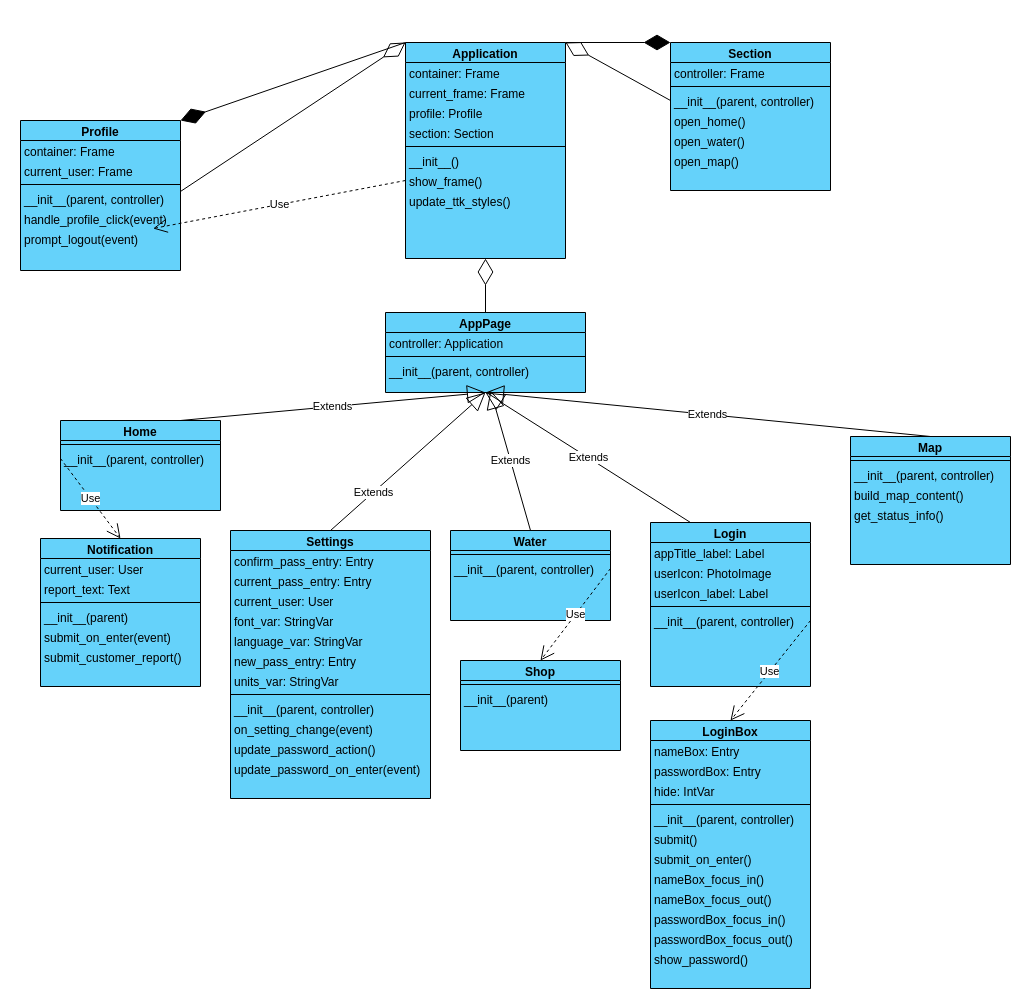
Before: Team HYDR-8 (Frontend UML Class Diagram).drawio.drawio in team-hydr8/class_diagrams, a draw.io diagram. Source tidied: cells renumbered, new cells numbered last; positions are measured from the earlier drawing's top-left corner, leaving out a move shared by most shapes. Both pictures are drawn from the tidied source at 100%, with x=0, y=0 at pixel (20, 42).
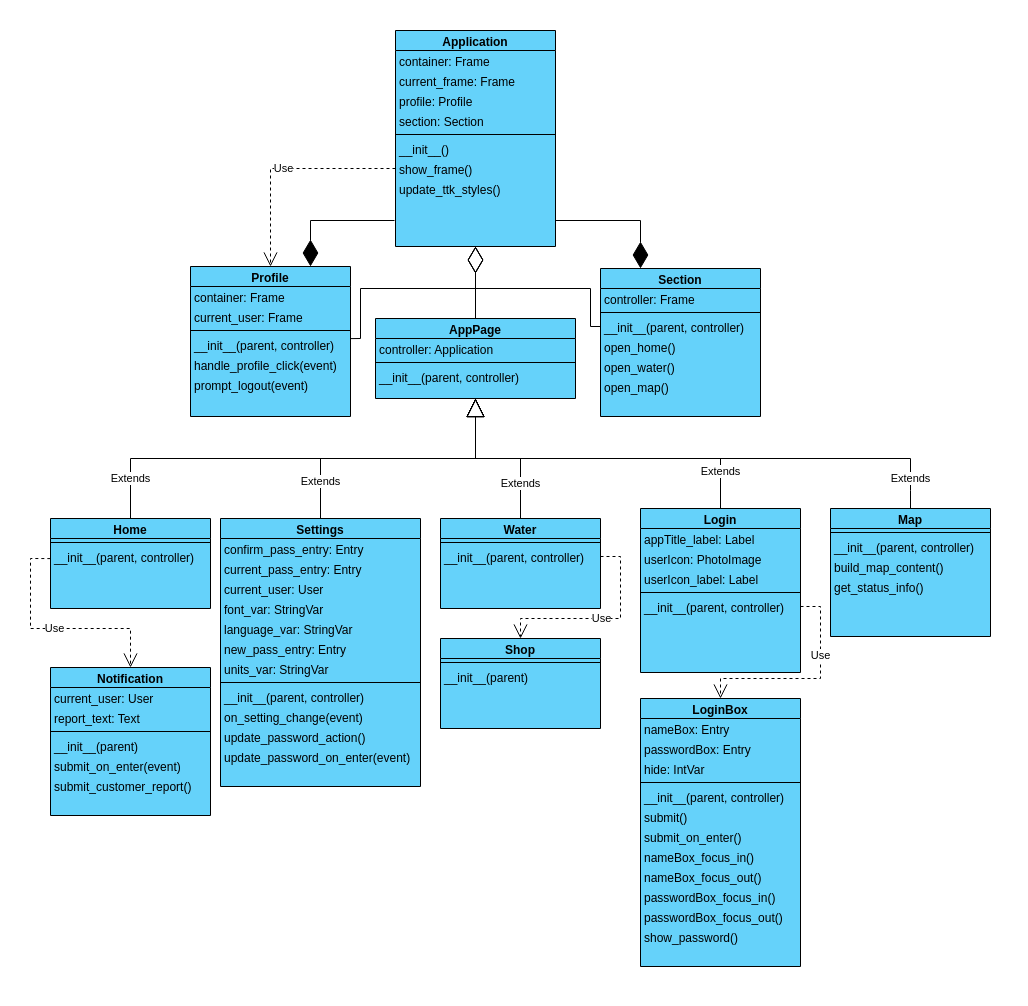
The same diagram, later.

Unchanged cells that the change refers to:
```xml
<mxCell id="9" value="show_frame()" style="text;align=left;verticalAlign=top;spacingLeft=4;spacingRight=4;overflow=hidden;points=[[0,0.5],[1,0.5]];portConstraint=eastwest;fillColor=none;spacing=0;" parent="2" vertex="1">
  <mxGeometry y="128" width="160" height="20" as="geometry" />
</mxCell>
<mxCell id="15" value="__init__(parent, controller)" style="text;align=left;verticalAlign=top;spacingLeft=4;spacingRight=4;overflow=hidden;points=[[0,0.5],[1,0.5]];portConstraint=eastwest;fillColor=none;spacing=0;" parent="11" vertex="1">
  <mxGeometry y="68" width="160" height="20" as="geometry" />
</mxCell>
<mxCell id="17" value="prompt_logout(event)" style="text;align=left;verticalAlign=top;spacingLeft=4;spacingRight=4;overflow=hidden;points=[[0,0.5],[1,0.5]];portConstraint=eastwest;fillColor=none;spacing=0;" parent="11" vertex="1">
  <mxGeometry y="108" width="160" height="20" as="geometry" />
</mxCell>
<mxCell id="21" value="__init__(parent, controller)" style="text;align=left;verticalAlign=top;spacingLeft=4;spacingRight=4;overflow=hidden;points=[[0,0.5],[1,0.5]];portConstraint=eastwest;fillColor=none;spacing=0;" parent="18" vertex="1">
  <mxGeometry y="48" width="160" height="20" as="geometry" />
</mxCell>
<mxCell id="27" value="__init__(parent, controller)" style="text;align=left;verticalAlign=top;spacingLeft=4;spacingRight=4;overflow=hidden;points=[[0,0.5],[1,0.5]];portConstraint=eastwest;fillColor=none;spacing=0;" parent="25" vertex="1">
  <mxGeometry y="28" width="160" height="20" as="geometry" />
</mxCell>
<mxCell id="30" value="__init__(parent, controller)" style="text;align=left;verticalAlign=top;spacingLeft=4;spacingRight=4;overflow=hidden;points=[[0,0.5],[1,0.5]];portConstraint=eastwest;fillColor=none;spacing=0;" parent="28" vertex="1">
  <mxGeometry y="28" width="160" height="20" as="geometry" />
</mxCell>
<mxCell id="43" value="__init__(parent, controller)" style="text;align=left;verticalAlign=top;spacingLeft=4;spacingRight=4;overflow=hidden;points=[[0,0.5],[1,0.5]];portConstraint=eastwest;fillColor=none;spacing=0;" parent="38" vertex="1">
  <mxGeometry y="88" width="160" height="20" as="geometry" />
</mxCell>
```

The edit, as a diff of the source:
```diff
@@
     <mxCell id="2" value="Application" style="swimlane;fontStyle=1;align=center;verticalAlign=top;horizontal=1;startSize=20;rounded=0;shadow=0;strokeWidth=1;labelBackgroundColor=none;fillColor=#65D2FA;swimlaneLine=1;swimlaneFillColor=#65D2FA;spacing=0;" parent="1" vertex="1">
-      <mxGeometry x="385" width="160" height="216" as="geometry" />
+      <mxGeometry x="375" y="-12" width="160" height="216" as="geometry" />
     </mxCell>
@@
     <mxCell id="11" value="Profile" style="swimlane;fontStyle=1;align=center;verticalAlign=top;horizontal=1;startSize=20;rounded=0;shadow=0;strokeWidth=1;fillColor=#65D2FA;swimlaneFillColor=#65D2FA;spacing=0;" parent="1" vertex="1">
-      <mxGeometry y="78" width="160" height="150" as="geometry" />
+      <mxGeometry x="170" y="224" width="160" height="150" as="geometry" />
     </mxCell>
@@
     <mxCell id="18" value="Section" style="swimlane;fontStyle=1;align=center;verticalAlign=top;horizontal=1;startSize=20;rounded=0;shadow=0;strokeWidth=1;fillColor=#65D2FA;swimlaneFillColor=#65D2FA;spacing=0;" parent="1" vertex="1">
-      <mxGeometry x="650" width="160" height="148" as="geometry" />
+      <mxGeometry x="580" y="226" width="160" height="148" as="geometry" />
     </mxCell>
@@
     <mxCell id="25" value="Water" style="swimlane;fontStyle=1;align=center;verticalAlign=top;horizontal=1;startSize=20;rounded=0;shadow=0;strokeWidth=1;fillColor=#65D2FA;swimlaneFillColor=#65D2FA;spacing=0;" parent="1" vertex="1">
-      <mxGeometry x="430" y="488" width="160" height="90" as="geometry" />
+      <mxGeometry x="420" y="476" width="160" height="90" as="geometry" />
     </mxCell>
@@
     <mxCell id="28" value="Home" style="swimlane;fontStyle=1;align=center;verticalAlign=top;horizontal=1;startSize=20;rounded=0;shadow=0;strokeWidth=1;fillColor=#65D2FA;swimlaneFillColor=#65D2FA;spacing=0;" parent="1" vertex="1">
-      <mxGeometry x="40" y="378" width="160" height="90" as="geometry" />
+      <mxGeometry x="30" y="476" width="160" height="90" as="geometry" />
     </mxCell>
@@
     <mxCell id="31" value="Notification" style="swimlane;fontStyle=1;align=center;verticalAlign=top;horizontal=1;startSize=20;rounded=0;shadow=0;strokeWidth=1;fillColor=#65D2FA;swimlaneFillColor=#65D2FA;spacing=0;" parent="1" vertex="1">
-      <mxGeometry x="20" y="496" width="160" height="148" as="geometry" />
+      <mxGeometry x="30" y="625" width="160" height="148" as="geometry" />
     </mxCell>
@@
     <mxCell id="38" value="Login" style="swimlane;fontStyle=1;align=center;verticalAlign=top;horizontal=1;startSize=20;rounded=0;shadow=0;strokeWidth=1;fillColor=#65D2FA;swimlaneFillColor=#65D2FA;spacing=0;" parent="1" vertex="1">
-      <mxGeometry x="630" y="480" width="160" height="164" as="geometry" />
+      <mxGeometry x="620" y="466" width="160" height="164" as="geometry" />
     </mxCell>
@@
     <mxCell id="44" value="LoginBox" style="swimlane;fontStyle=1;align=center;verticalAlign=top;horizontal=1;startSize=20;rounded=0;shadow=0;strokeWidth=1;fillColor=#65D2FA;swimlaneFillColor=#65D2FA;spacing=0;" parent="1" vertex="1">
-      <mxGeometry x="630" y="678" width="160" height="268" as="geometry" />
+      <mxGeometry x="620" y="656" width="160" height="268" as="geometry" />
     </mxCell>
@@
     <mxCell id="57" value="Map" style="swimlane;fontStyle=1;align=center;verticalAlign=top;horizontal=1;startSize=20;rounded=0;shadow=0;strokeWidth=1;fillColor=#65D2FA;swimlaneFillColor=#65D2FA;spacing=0;" parent="1" vertex="1">
-      <mxGeometry x="830" y="394" width="160" height="128" as="geometry" />
+      <mxGeometry x="810" y="466" width="160" height="128" as="geometry" />
     </mxCell>
@@
     <mxCell id="62" value="Settings" style="swimlane;fontStyle=1;align=center;verticalAlign=top;horizontal=1;startSize=20;rounded=0;shadow=0;strokeWidth=1;fillColor=#65D2FA;swimlaneFillColor=#65D2FA;spacing=0;" parent="1" vertex="1">
-      <mxGeometry x="210" y="488" width="200" height="268" as="geometry" />
+      <mxGeometry x="200" y="476" width="200" height="268" as="geometry" />
     </mxCell>
@@
-    <mxCell id="75" style="endArrow=diamondThin;endFill=0;endSize=24;html=1;rounded=0;entryX=1;entryY=0;entryDx=0;entryDy=0;exitX=0;exitY=0.5;exitDx=0;exitDy=0;" parent="1" edge="1" source="21" target="2">
-      <mxGeometry relative="1" as="geometry" />
+    <mxCell id="75" style="endArrow=diamondThin;endFill=0;endSize=24;html=1;rounded=0;entryX=0.5;entryY=1;entryDx=0;entryDy=0;exitX=0;exitY=0.5;exitDx=0;exitDy=0;" parent="1" edge="1" source="21" target="2">
+      <mxGeometry relative="1" as="geometry">
+        <Array as="points">
+          <mxPoint x="570" y="284" />
+          <mxPoint x="570" y="246" />
+          <mxPoint x="455" y="246" />
+        </Array>
+      </mxGeometry>
     </mxCell>
-    <mxCell id="76" style="endArrow=diamondThin;endFill=0;endSize=24;html=1;rounded=0;entryX=0;entryY=0;entryDx=0;entryDy=0;exitX=0.999;exitY=0.154;exitDx=0;exitDy=0;exitPerimeter=0;" parent="1" edge="1" source="15" target="2">
-      <mxGeometry relative="1" as="geometry" />
+    <mxCell id="76" style="endArrow=diamondThin;endFill=0;endSize=24;html=1;rounded=0;exitX=0.999;exitY=0.206;exitDx=0;exitDy=0;exitPerimeter=0;entryX=0.5;entryY=1;entryDx=0;entryDy=0;" parent="1" edge="1" source="15" target="2">
+      <mxGeometry relative="1" as="geometry">
+        <Array as="points">
+          <mxPoint x="340" y="296" />
+          <mxPoint x="340" y="246" />
+          <mxPoint x="455" y="246" />
+        </Array>
+      </mxGeometry>
     </mxCell>
     <mxCell id="77" value="AppPage" style="swimlane;fontStyle=1;align=center;verticalAlign=top;horizontal=1;startSize=20;rounded=0;shadow=0;strokeWidth=1;fillColor=#65D2FA;swimlaneFillColor=#65D2FA;spacing=0;" parent="1" vertex="1">
-      <mxGeometry x="365" y="270" width="200" height="80" as="geometry" />
+      <mxGeometry x="355" y="276" width="200" height="80" as="geometry" />
     </mxCell>
@@
-    <mxCell id="82" value="Use" style="endArrow=open;endSize=12;dashed=1;html=1;rounded=0;exitX=0;exitY=0.5;exitDx=0;exitDy=0;" parent="1" edge="1" source="9" target="17">
-      <mxGeometry relative="1" as="geometry" />
+    <mxCell id="82" value="Use" style="endArrow=open;endSize=12;dashed=1;html=1;rounded=0;entryX=0.5;entryY=0;entryDx=0;entryDy=0;exitX=0;exitY=0.5;exitDx=0;exitDy=0;" parent="1" edge="1" source="9" target="11">
+      <mxGeometry relative="1" as="geometry">
+        <Array as="points">
+          <mxPoint x="250" y="126" />
+        </Array>
+      </mxGeometry>
     </mxCell>
     <mxCell id="83" value="Extends" style="endArrow=block;endSize=16;endFill=0;html=1;rounded=0;exitX=0.5;exitY=0;exitDx=0;exitDy=0;entryX=0.5;entryY=1;entryDx=0;entryDy=0;" parent="1" edge="1" source="62" target="77">
-      <mxGeometry x="-0.45" relative="1" as="geometry" />
+      <mxGeometry x="-0.73" relative="1" as="geometry">
+        <Array as="points">
+          <mxPoint x="300" y="416" />
+          <mxPoint x="455" y="416" />
+        </Array>
+      </mxGeometry>
     </mxCell>
-    <mxCell id="84" value="Extends" style="endArrow=block;endSize=16;endFill=0;html=1;rounded=0;exitX=0.25;exitY=0;exitDx=0;exitDy=0;" parent="1" edge="1" source="38">
-      <mxGeometry relative="1" as="geometry">
-        <mxPoint x="465" y="350" as="targetPoint" />
+    <mxCell id="84" value="Extends" style="endArrow=block;endSize=16;endFill=0;html=1;rounded=0;entryX=0.5;entryY=1;entryDx=0;entryDy=0;exitX=0.5;exitY=0;exitDx=0;exitDy=0;" parent="1" edge="1" source="38" target="77">
+      <mxGeometry x="-0.79" relative="1" as="geometry">
+        <Array as="points">
+          <mxPoint x="700" y="416" />
+          <mxPoint x="455" y="416" />
+        </Array>
       </mxGeometry>
     </mxCell>
-    <mxCell id="85" value="Extends" style="endArrow=block;endSize=16;endFill=0;html=1;rounded=0;exitX=0.75;exitY=0;exitDx=0;exitDy=0;entryX=0.5;entryY=1;entryDx=0;entryDy=0;" parent="1" edge="1" source="28" target="77">
-      <mxGeometry relative="1" as="geometry" />
+    <mxCell id="85" value="Extends" style="endArrow=block;endSize=16;endFill=0;html=1;rounded=0;exitX=0.5;exitY=0;exitDx=0;exitDy=0;entryX=0.5;entryY=1;entryDx=0;entryDy=0;" parent="1" edge="1" source="28" target="77">
+      <mxGeometry x="-0.83" relative="1" as="geometry">
+        <Array as="points">
+          <mxPoint x="110" y="416" />
+          <mxPoint x="455" y="416" />
+        </Array>
+      </mxGeometry>
     </mxCell>
     <mxCell id="86" value="Shop" style="swimlane;fontStyle=1;align=center;verticalAlign=top;horizontal=1;startSize=20;rounded=0;shadow=0;strokeWidth=1;fillColor=#65D2FA;swimlaneFillColor=#65D2FA;spacing=0;" parent="1" vertex="1">
-      <mxGeometry x="440" y="618" width="160" height="90" as="geometry" />
+      <mxGeometry x="420" y="596" width="160" height="90" as="geometry" />
     </mxCell>
@@
     <mxCell id="89" value="Use" style="endArrow=open;endSize=12;dashed=1;html=1;rounded=0;entryX=0.5;entryY=0;entryDx=0;entryDy=0;exitX=1;exitY=0.5;exitDx=0;exitDy=0;" parent="1" edge="1" source="27" target="86">
-      <mxGeometry relative="1" as="geometry" />
+      <mxGeometry relative="1" as="geometry">
+        <Array as="points">
+          <mxPoint x="600" y="514" />
+          <mxPoint x="600" y="576" />
+          <mxPoint x="500" y="576" />
+        </Array>
+      </mxGeometry>
     </mxCell>
-    <mxCell id="90" value="Use" style="endArrow=open;endSize=12;dashed=1;html=1;rounded=0;exitX=0;exitY=0.5;exitDx=0;exitDy=0;entryX=0.5;entryY=0;entryDx=0;entryDy=0;" parent="1" edge="1" source="30" target="31">
-      <mxGeometry relative="1" as="geometry" />
+    <mxCell id="90" value="Use" style="endArrow=open;endSize=12;dashed=1;html=1;rounded=0;exitX=-0.001;exitY=0.605;exitDx=0;exitDy=0;entryX=0.5;entryY=0;entryDx=0;entryDy=0;exitPerimeter=0;" parent="1" edge="1" source="30" target="31">
+      <mxGeometry relative="1" as="geometry">
+        <Array as="points">
+          <mxPoint x="10" y="516" />
+          <mxPoint x="10" y="586" />
+          <mxPoint x="110" y="586" />
+        </Array>
+      </mxGeometry>
     </mxCell>
     <mxCell id="91" value="Use" style="endArrow=open;endSize=12;dashed=1;html=1;rounded=0;exitX=1;exitY=0.5;exitDx=0;exitDy=0;entryX=0.5;entryY=0;entryDx=0;entryDy=0;" parent="1" edge="1" source="43" target="44">
-      <mxGeometry x="0.01" relative="1" as="geometry" />
+      <mxGeometry x="-0.35" relative="1" as="geometry">
+        <Array as="points">
+          <mxPoint x="800" y="564" />
+          <mxPoint x="800" y="636" />
+          <mxPoint x="700" y="636" />
+        </Array>
+      </mxGeometry>
     </mxCell>
-    <mxCell id="92" style="endArrow=diamondThin;endFill=1;endSize=24;html=1;rounded=0;exitX=1;exitY=0;exitDx=0;exitDy=0;entryX=0;entryY=0;entryDx=0;entryDy=0;" parent="1" edge="1" source="2" target="18">
-      <mxGeometry relative="1" as="geometry" />
+    <mxCell id="92" style="endArrow=diamondThin;endFill=1;endSize=24;html=1;rounded=0;entryX=0.25;entryY=0;entryDx=0;entryDy=0;" parent="1" edge="1" target="18">
+      <mxGeometry relative="1" as="geometry">
+        <mxPoint x="535" y="178" as="sourcePoint" />
+        <Array as="points">
+          <mxPoint x="620" y="178" />
+        </Array>
+      </mxGeometry>
     </mxCell>
-    <mxCell id="93" style="endArrow=diamondThin;endFill=1;endSize=24;html=1;rounded=0;exitX=0;exitY=0;exitDx=0;exitDy=0;entryX=1;entryY=0;entryDx=0;entryDy=0;" parent="1" edge="1" source="2" target="11">
-      <mxGeometry relative="1" as="geometry" />
+    <mxCell id="93" style="endArrow=diamondThin;endFill=1;endSize=24;html=1;rounded=0;entryX=0.75;entryY=0;entryDx=0;entryDy=0;" parent="1" edge="1" target="11">
+      <mxGeometry relative="1" as="geometry">
+        <mxPoint x="374" y="178" as="sourcePoint" />
+        <Array as="points">
+          <mxPoint x="290" y="178" />
+        </Array>
+      </mxGeometry>
     </mxCell>
     <mxCell id="94" value="Extends" style="endArrow=block;endSize=16;endFill=0;html=1;rounded=0;exitX=0.5;exitY=0;exitDx=0;exitDy=0;entryX=0.5;entryY=1;entryDx=0;entryDy=0;" parent="1" edge="1" source="57" target="77">
-      <mxGeometry relative="1" as="geometry" />
+      <mxGeometry x="-0.89" relative="1" as="geometry">
+        <Array as="points">
+          <mxPoint x="890" y="448" />
+          <mxPoint x="890" y="416" />
+          <mxPoint x="455" y="416" />
+        </Array>
+      </mxGeometry>
     </mxCell>
-    <mxCell id="95" value="Extends" style="endArrow=block;endSize=16;endFill=0;html=1;rounded=0;exitX=0.5;exitY=0;exitDx=0;exitDy=0;" parent="1" edge="1" source="25">
-      <mxGeometry relative="1" as="geometry">
-        <mxPoint x="470" y="348" as="targetPoint" />
+    <mxCell id="95" value="Extends" style="endArrow=block;endSize=16;endFill=0;html=1;rounded=0;exitX=0.5;exitY=0;exitDx=0;exitDy=0;entryX=0.5;entryY=1;entryDx=0;entryDy=0;" parent="1" edge="1" source="25" target="77">
+      <mxGeometry x="-0.57" relative="1" as="geometry">
+        <Array as="points">
+          <mxPoint x="500" y="416" />
+          <mxPoint x="455" y="416" />
+        </Array>
       </mxGeometry>
     </mxCell>
```
